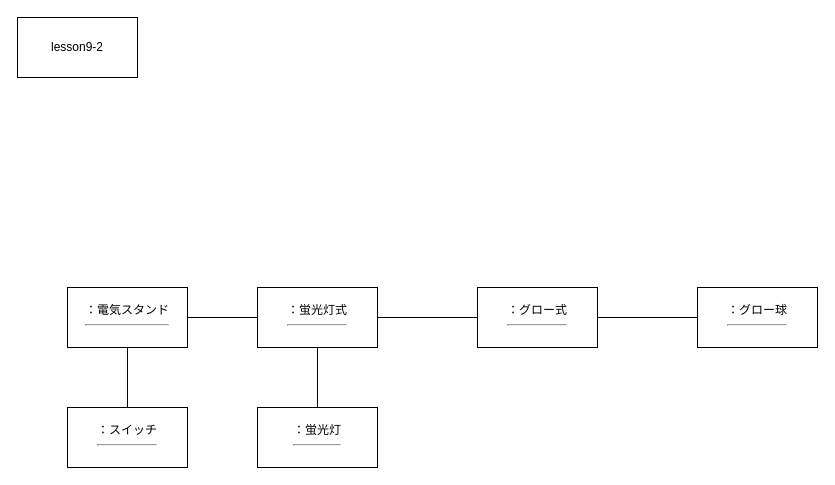
hirutashougo/UML_introduction keeps this draw.io diagram as lesson9/9-2.drawio. Above is the earlier version. Source tidied: cells renumbered, new cells numbered last; positions are measured from the earlier drawing's top-left corner, leaving out a move shared by most shapes. Both pictures are drawn from the tidied source at 100%, with x=0, y=0 at pixel (17, 17).
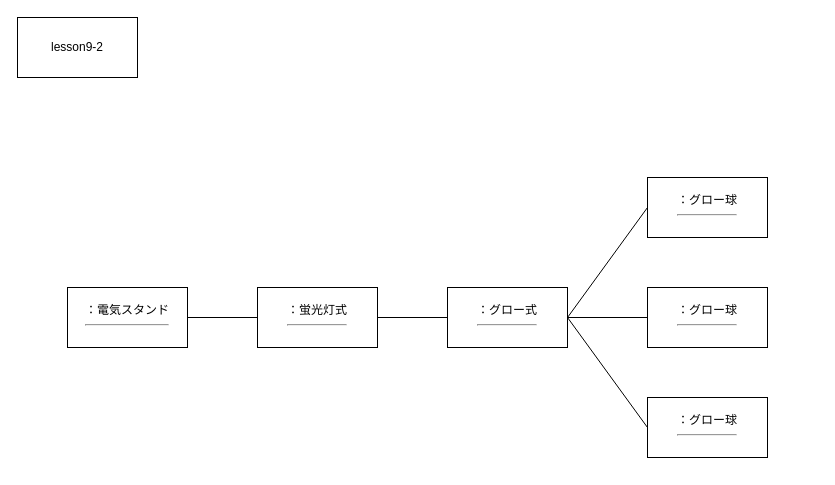
After the change.

Diff of the diagram source:
```diff
@@
 <mxGraphModel>
   <root>
     <mxCell id="0" />
     <mxCell id="1" parent="0" />
     <mxCell id="2" value="lesson9-2" style="rounded=0;whiteSpace=wrap;html=1;" parent="1" vertex="1">
       <mxGeometry width="120" height="60" as="geometry" />
     </mxCell>
     <mxCell id="3" value="：電気スタンド&lt;br&gt;&lt;hr&gt;" style="rounded=0;whiteSpace=wrap;html=1;" parent="1" vertex="1">
       <mxGeometry x="50" y="270" width="120" height="60" as="geometry" />
     </mxCell>
-    <mxCell id="4" value="：蛍光灯&lt;br&gt;&lt;hr&gt;" style="rounded=0;whiteSpace=wrap;html=1;" parent="1" vertex="1">
-      <mxGeometry x="240" y="390" width="120" height="60" as="geometry" />
-    </mxCell>
     <mxCell id="5" value="：蛍光灯式&lt;br&gt;&lt;hr&gt;" style="rounded=0;whiteSpace=wrap;html=1;" parent="1" vertex="1">
       <mxGeometry x="240" y="270" width="120" height="60" as="geometry" />
     </mxCell>
     <mxCell id="6" value="：グロー式&lt;br&gt;&lt;hr&gt;" style="rounded=0;whiteSpace=wrap;html=1;" parent="1" vertex="1">
-      <mxGeometry x="460" y="270" width="120" height="60" as="geometry" />
+      <mxGeometry x="430" y="270" width="120" height="60" as="geometry" />
     </mxCell>
     <mxCell id="7" value="：グロー球&lt;br&gt;&lt;hr&gt;" style="rounded=0;whiteSpace=wrap;html=1;" parent="1" vertex="1">
-      <mxGeometry x="680" y="270" width="120" height="60" as="geometry" />
+      <mxGeometry x="630" y="270" width="120" height="60" as="geometry" />
     </mxCell>
-    <mxCell id="8" style="endArrow=none;html=1;rounded=0;exitX=0.5;exitY=0;exitDx=0;exitDy=0;entryX=0.5;entryY=1;entryDx=0;entryDy=0;" parent="1" edge="1" source="4" target="5">
-      <mxGeometry relative="1" as="geometry" />
-    </mxCell>
     <mxCell id="9" style="endArrow=none;html=1;rounded=0;exitX=1;exitY=0.5;exitDx=0;exitDy=0;entryX=0;entryY=0.5;entryDx=0;entryDy=0;" parent="1" edge="1" source="5" target="6">
       <mxGeometry relative="1" as="geometry" />
     </mxCell>
     <mxCell id="10" style="endArrow=none;html=1;rounded=0;exitX=1;exitY=0.5;exitDx=0;exitDy=0;entryX=0;entryY=0.5;entryDx=0;entryDy=0;" parent="1" edge="1" source="6" target="7">
       <mxGeometry relative="1" as="geometry" />
     </mxCell>
     <mxCell id="11" style="endArrow=none;html=1;rounded=0;entryX=1;entryY=0.5;entryDx=0;entryDy=0;exitX=0;exitY=0.5;exitDx=0;exitDy=0;" parent="1" edge="1" source="5" target="3">
       <mxGeometry relative="1" as="geometry" />
     </mxCell>
-    <mxCell id="12" value="：スイッチ&lt;br&gt;&lt;hr&gt;" style="rounded=0;whiteSpace=wrap;html=1;" parent="1" vertex="1">
-      <mxGeometry x="50" y="390" width="120" height="60" as="geometry" />
-    </mxCell>
-    <mxCell id="13" style="endArrow=none;html=1;rounded=0;exitX=0.5;exitY=1;exitDx=0;exitDy=0;entryX=0.5;entryY=0;entryDx=0;entryDy=0;" parent="1" edge="1" source="3" target="12">
-      <mxGeometry relative="1" as="geometry" />
-    </mxCell>
+    <mxCell id="14" value="：グロー球&lt;br&gt;&lt;hr&gt;" style="rounded=0;whiteSpace=wrap;html=1;" parent="1" vertex="1">
+      <mxGeometry x="630" y="160" width="120" height="60" as="geometry" />
+    </mxCell>
+    <mxCell id="15" value="：グロー球&lt;br&gt;&lt;hr&gt;" style="rounded=0;whiteSpace=wrap;html=1;" parent="1" vertex="1">
+      <mxGeometry x="630" y="380" width="120" height="60" as="geometry" />
+    </mxCell>
+    <mxCell id="16" style="endArrow=none;html=1;rounded=0;entryX=0;entryY=0.5;entryDx=0;entryDy=0;" parent="1" edge="1" target="15">
+      <mxGeometry relative="1" as="geometry">
+        <mxPoint x="550" y="300" as="sourcePoint" />
+      </mxGeometry>
+    </mxCell>
+    <mxCell id="17" style="endArrow=none;html=1;rounded=0;entryX=0;entryY=0.5;entryDx=0;entryDy=0;exitX=1;exitY=0.5;exitDx=0;exitDy=0;" parent="1" edge="1" source="6" target="14">
+      <mxGeometry relative="1" as="geometry" />
+    </mxCell>
   </root>
 </mxGraphModel>
```
